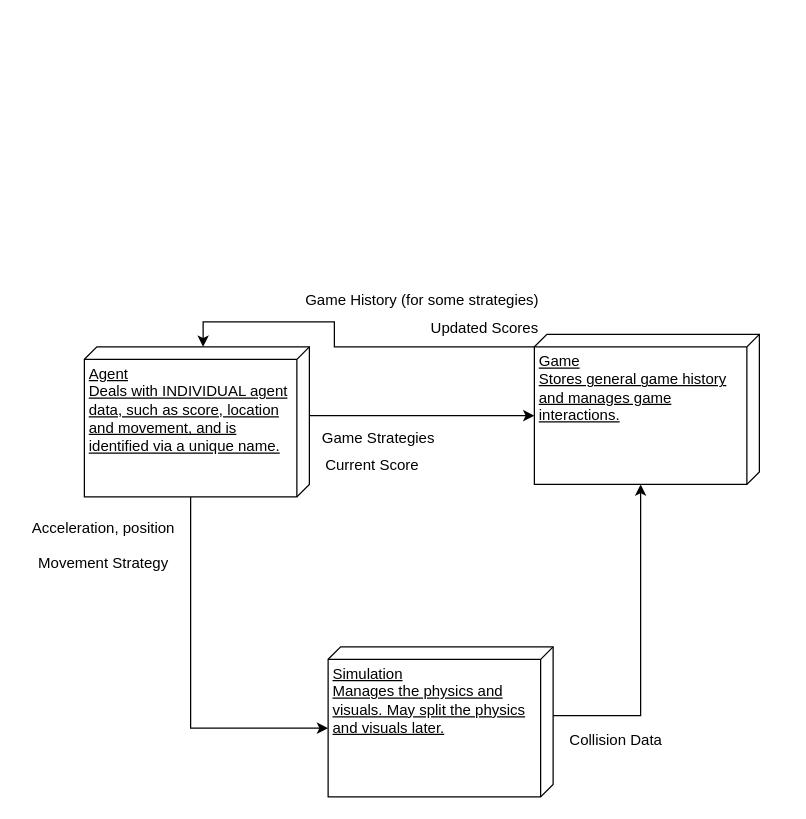
This is Thesis Overview Diagram.drawio from Boland-Unfug/Thesis-python, a draw.io file, before an edit. Source tidied: cells renumbered, new cells numbered last; positions are measured from the earlier drawing's top-left corner, leaving out a move shared by most shapes. Both pictures are drawn from the tidied source at 125%, with x=0, y=0 at pixel (21, 281).
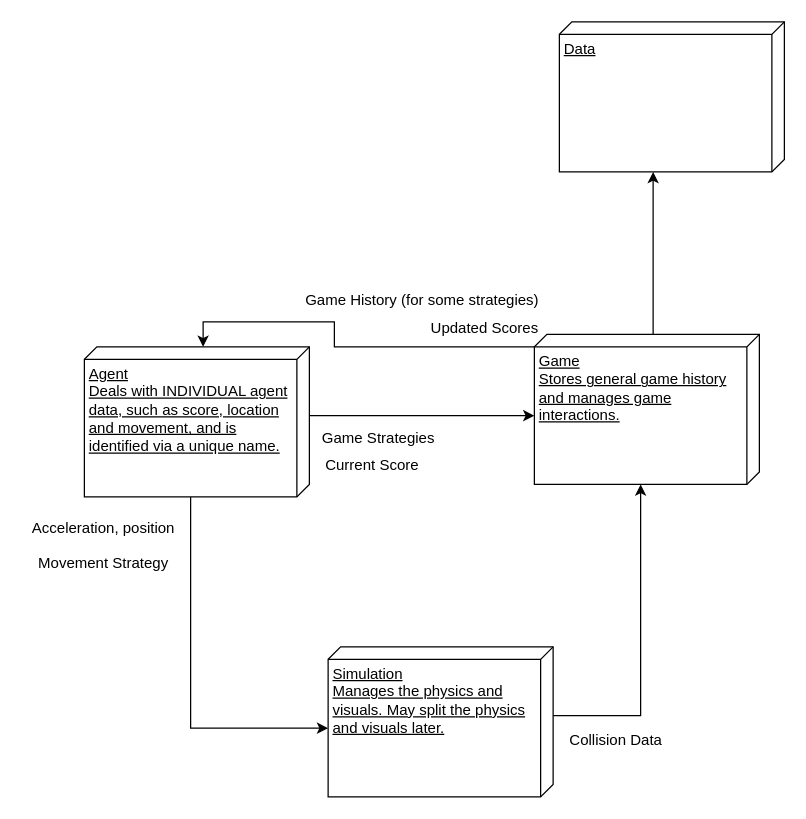
The same page after the edit.

Unchanged cells that the change refers to:
```xml
<mxCell id="6" value="&lt;div&gt;Game&lt;/div&gt;&lt;div&gt;Stores general game history and manages game interactions. &lt;br&gt;&lt;/div&gt;" style="verticalAlign=top;align=left;spacingTop=8;spacingLeft=2;spacingRight=12;shape=cube;size=10;direction=south;fontStyle=4;html=1;whiteSpace=wrap;" parent="1" vertex="1">
  <mxGeometry x="410" y="42" width="180" height="120" as="geometry" />
</mxCell>
```

Diff of the diagram source:
```diff
@@
+    <mxCell id="16" style="edgeStyle=orthogonalEdgeStyle;rounded=0;jettySize=auto;html=1;exitX=0;exitY=0;exitDx=0;exitDy=85;exitPerimeter=0;" parent="1" edge="1" source="6">
+      <mxGeometry relative="1" as="geometry">
+        <mxPoint x="505" y="-88" as="targetPoint" />
+      </mxGeometry>
+    </mxCell>
@@
+    <mxCell id="17" value="Data" style="verticalAlign=top;align=left;spacingTop=8;spacingLeft=2;spacingRight=12;shape=cube;size=10;direction=south;fontStyle=4;html=1;whiteSpace=wrap;" parent="1" vertex="1">
+      <mxGeometry x="430" y="-208" width="180" height="120" as="geometry" />
+    </mxCell>
```
